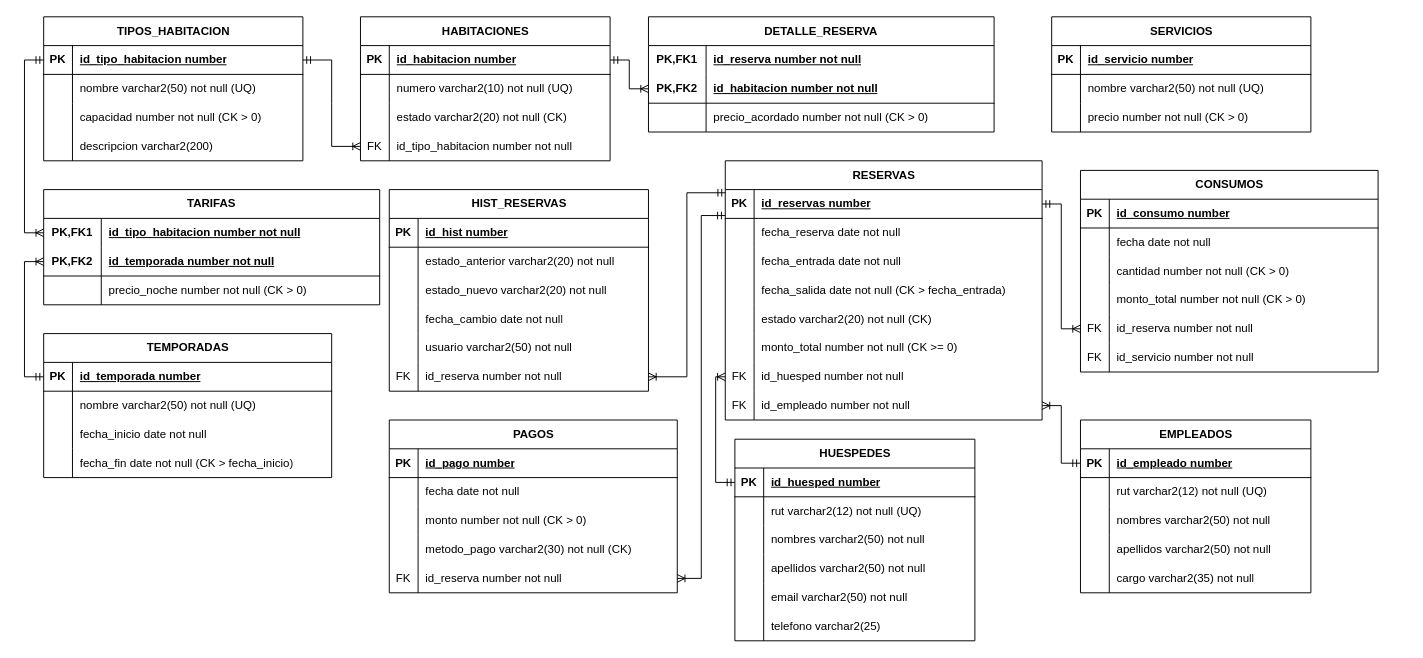
Before: G11_Modelo_Relacional .drawio in byronma-ui/hotel-costa-pacifico, a draw.io diagram. Source tidied: cells renumbered, new cells numbered last; positions are measured from the earlier drawing's top-left corner, leaving out a move shared by most shapes. Both pictures are drawn from the tidied source at 96%, with x=0, y=0 at pixel (43, 16).
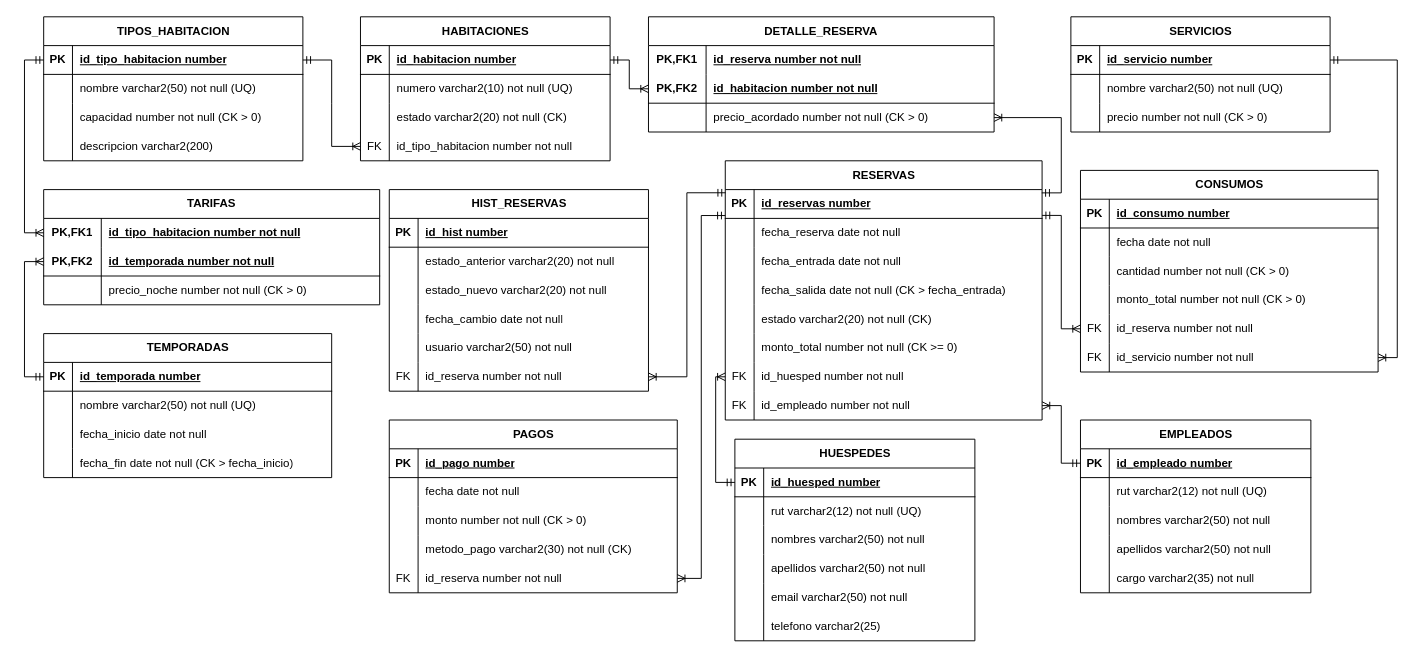
The same page after the edit.

Unchanged cells that the change refers to:
```xml
<mxCell id="93" style="shape=tableRow;horizontal=0;startSize=0;swimlaneHead=0;swimlaneBody=0;fillColor=none;points=[[0,0.5],[1,0.5]];portConstraint=eastwest;top=0;left=0;right=0;bottom=0;html=1;" parent="86" vertex="1">
  <mxGeometry y="90" width="360" height="30" as="geometry" />
</mxCell>
<mxCell id="97" style="shape=tableRow;horizontal=0;startSize=0;swimlaneHead=0;swimlaneBody=0;fillColor=none;points=[[0,0.5],[1,0.5]];portConstraint=eastwest;top=0;left=0;right=0;bottom=1;" parent="96" vertex="1">
  <mxGeometry y="30" width="330" height="30" as="geometry" />
</mxCell>
<mxCell id="141" style="shape=tableRow;horizontal=0;startSize=0;swimlaneHead=0;swimlaneBody=0;fillColor=none;points=[[0,0.5],[1,0.5]];portConstraint=eastwest;top=0;left=0;right=0;bottom=1;" parent="140" vertex="1">
  <mxGeometry y="30" width="270" height="30" as="geometry" />
</mxCell>
<mxCell id="163" style="shape=tableRow;horizontal=0;startSize=0;swimlaneHead=0;swimlaneBody=0;fillColor=none;points=[[0,0.5],[1,0.5]];portConstraint=eastwest;top=0;left=0;right=0;bottom=0;" parent="150" vertex="1">
  <mxGeometry y="150" width="310" height="30" as="geometry" />
</mxCell>
<mxCell id="166" style="shape=tableRow;horizontal=0;startSize=0;swimlaneHead=0;swimlaneBody=0;fillColor=none;points=[[0,0.5],[1,0.5]];portConstraint=eastwest;top=0;left=0;right=0;bottom=0;" parent="150" vertex="1">
  <mxGeometry y="180" width="310" height="30" as="geometry" />
</mxCell>
```

The edit, as a diff of the source:
```diff
@@
     <mxCell id="140" value="SERVICIOS" style="shape=table;startSize=30;childLayout=tableLayout;rowLines=0;fontStyle=1;align=center;html=1;" parent="1" vertex="1">
-      <mxGeometry x="1050" width="270" height="120" as="geometry" />
+      <mxGeometry x="1070" width="270" height="120" as="geometry" />
     </mxCell>
@@
-    <mxCell id="193" style="edgeStyle=orthogonalEdgeStyle;rounded=0;jettySize=auto;html=1;entryX=0;entryY=0.5;entryDx=0;entryDy=0;defaultLabelBackgroundColor=page;labelPadding=0 4;startArrow=ERmandOne;startFill=0;endArrow=ERoneToMany;endFill=0;exitX=1;exitY=0.5;exitDx=0;exitDy=0;" parent="1" edge="1" source="97" target="163">
-      <mxGeometry x="0.78" relative="1" as="geometry" />
+    <mxCell id="193" style="edgeStyle=orthogonalEdgeStyle;rounded=0;jettySize=auto;html=1;entryX=0;entryY=0.5;entryDx=0;entryDy=0;defaultLabelBackgroundColor=page;labelPadding=0 4;startArrow=ERmandOne;startFill=0;endArrow=ERoneToMany;endFill=0;exitX=1;exitY=0.896;exitDx=0;exitDy=0;exitPerimeter=0;" parent="1" edge="1" source="97" target="163">
+      <mxGeometry x="0.76" relative="1" as="geometry" />
     </mxCell>
+    <mxCell id="194" style="edgeStyle=orthogonalEdgeStyle;rounded=0;jettySize=auto;html=1;defaultLabelBackgroundColor=page;labelPadding=0 4;entryX=1;entryY=0.5;entryDx=0;entryDy=0;startArrow=ERmandOne;startFill=0;endArrow=ERoneToMany;endFill=0;exitX=0.999;exitY=0.114;exitDx=0;exitDy=0;exitPerimeter=0;" parent="1" edge="1" source="97" target="93">
+      <mxGeometry x="-0.84" relative="1" as="geometry" />
+    </mxCell>
+    <mxCell id="195" style="edgeStyle=orthogonalEdgeStyle;rounded=0;jettySize=auto;html=1;defaultLabelBackgroundColor=page;labelPadding=0 4;entryX=1;entryY=0.5;entryDx=0;entryDy=0;startArrow=ERmandOne;startFill=0;endArrow=ERoneToMany;endFill=0;exitX=1;exitY=0.5;exitDx=0;exitDy=0;" parent="1" edge="1" source="141" target="166">
+      <mxGeometry x="-0.69" relative="1" as="geometry" />
+    </mxCell>
```
